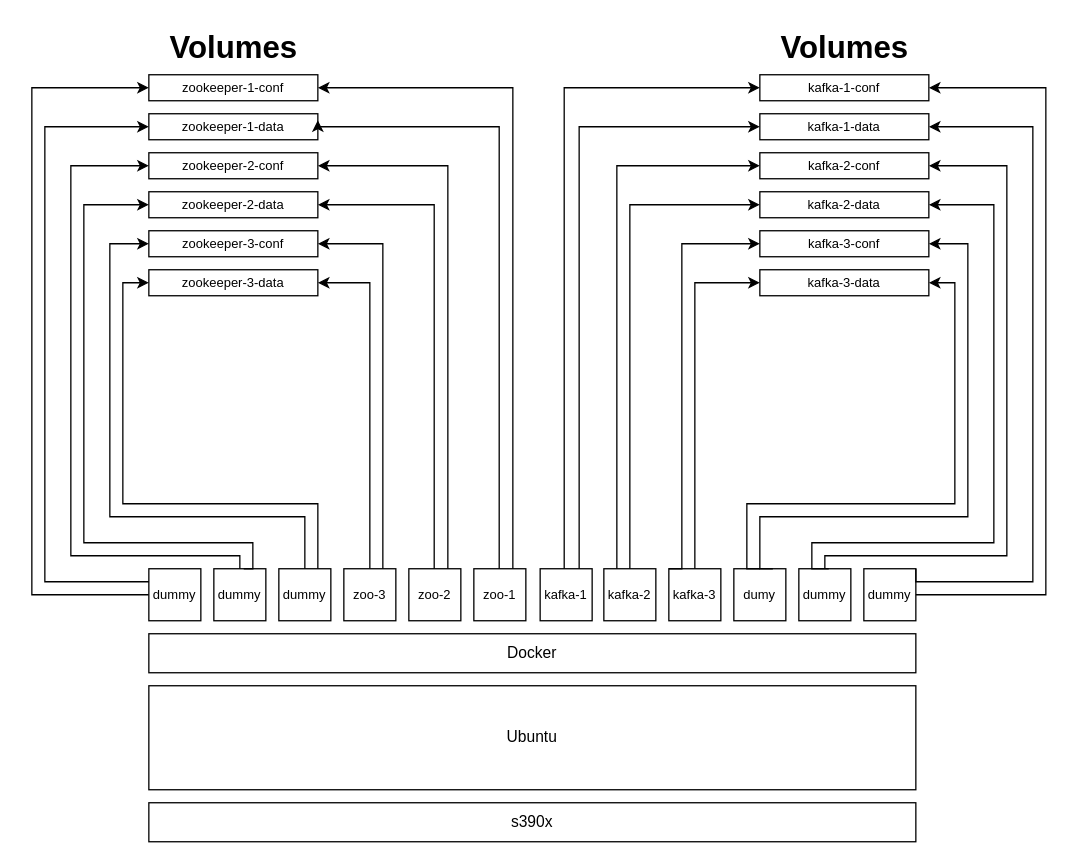
The draw.io diagram arch.drawio in yigitpolat/kafka-stack-linux-on-ibm-z, before the edit. Source tidied: cells renumbered, new cells numbered last; positions are measured from the earlier drawing's top-left corner, leaving out a move shared by most shapes. Both pictures are drawn from the tidied source at 130%, with x=0, y=0 at pixel (31, 22).
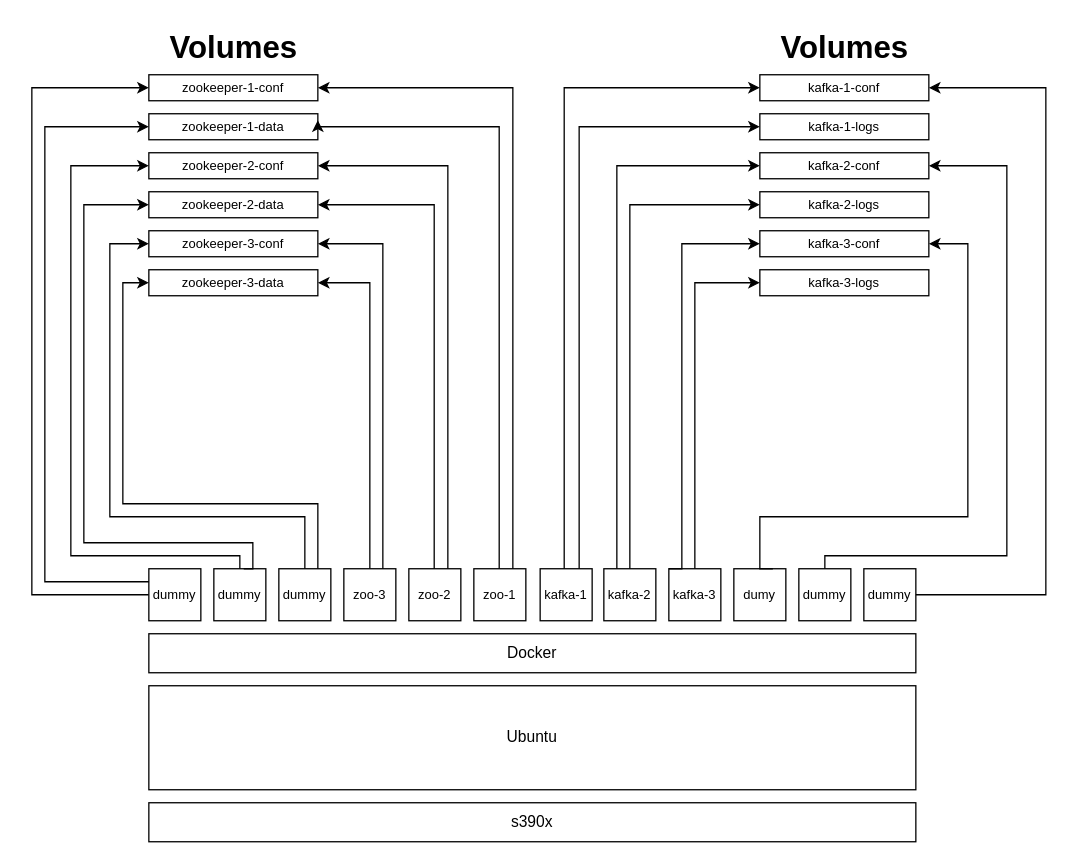
After the change.

The change refers to these unchanged cells:
```xml
<mxCell id="16" value="&lt;font style=&quot;font-size: 10px&quot;&gt;dumy&lt;/font&gt;" style="rounded=0;whiteSpace=wrap;html=1;labelBackgroundColor=none;" parent="1" vertex="1">
  <mxGeometry x="540" y="420" width="40" height="40" as="geometry" />
</mxCell>
```

Change to the diagram source:
```diff
@@
-    <mxCell id="37" value="&lt;span style=&quot;color: rgb(0, 0, 0); font-family: helvetica; font-size: 10px; font-style: normal; font-weight: normal; letter-spacing: normal; text-align: center; text-indent: 0px; text-transform: none; word-spacing: 0px; text-decoration: none; display: inline; float: none;&quot;&gt;kafka-1-data&lt;/span&gt;" style="rounded=0;whiteSpace=wrap;html=1;fontSize=10;labelBackgroundColor=none;" parent="1" vertex="1">
+    <mxCell id="37" value="&lt;span style=&quot;color: rgb(0 , 0 , 0) ; font-family: &amp;#34;helvetica&amp;#34; ; font-size: 10px ; font-style: normal ; font-weight: normal ; letter-spacing: normal ; text-align: center ; text-indent: 0px ; text-transform: none ; word-spacing: 0px ; text-decoration: none ; display: inline ; float: none&quot;&gt;kafka-1-logs&lt;/span&gt;" style="rounded=0;whiteSpace=wrap;html=1;fontSize=10;labelBackgroundColor=none;" parent="1" vertex="1">
       <mxGeometry x="560" y="70" width="130" height="20" as="geometry" />
     </mxCell>
@@
-    <mxCell id="39" value="&lt;span style=&quot;color: rgb(0, 0, 0); font-family: helvetica; font-size: 10px; font-style: normal; font-weight: normal; letter-spacing: normal; text-align: center; text-indent: 0px; text-transform: none; word-spacing: 0px; text-decoration: none; display: inline; float: none;&quot;&gt;kafka-2-data&lt;/span&gt;" style="rounded=0;whiteSpace=wrap;html=1;fontSize=10;labelBackgroundColor=none;" parent="1" vertex="1">
+    <mxCell id="39" value="&lt;span style=&quot;color: rgb(0 , 0 , 0) ; font-family: &amp;#34;helvetica&amp;#34; ; font-size: 10px ; font-style: normal ; font-weight: normal ; letter-spacing: normal ; text-align: center ; text-indent: 0px ; text-transform: none ; word-spacing: 0px ; text-decoration: none ; display: inline ; float: none&quot;&gt;kafka-2-logs&lt;/span&gt;" style="rounded=0;whiteSpace=wrap;html=1;fontSize=10;labelBackgroundColor=none;" parent="1" vertex="1">
       <mxGeometry x="560" y="130" width="130" height="20" as="geometry" />
     </mxCell>
@@
-    <mxCell id="41" value="&lt;span style=&quot;font-family: &amp;#34;helvetica&amp;#34;&quot;&gt;kafka-3-data&lt;/span&gt;" style="rounded=0;whiteSpace=wrap;html=1;fontSize=10;" parent="1" vertex="1">
+    <mxCell id="41" value="&lt;span style=&quot;font-family: &amp;#34;helvetica&amp;#34;&quot;&gt;kafka-3-logs&lt;/span&gt;" style="rounded=0;whiteSpace=wrap;html=1;fontSize=10;" parent="1" vertex="1">
       <mxGeometry x="560" y="190" width="130" height="20" as="geometry" />
     </mxCell>
@@
-    <mxCell id="44" style="edgeStyle=orthogonalEdgeStyle;rounded=0;orthogonalLoop=1;jettySize=auto;html=1;fontSize=10;" parent="1" edge="1">
-      <mxGeometry relative="1" as="geometry">
-        <mxPoint x="680" y="420" as="sourcePoint" />
-        <mxPoint x="690" y="80" as="targetPoint" />
-        <Array as="points">
-          <mxPoint x="680" y="430" />
-          <mxPoint x="770" y="430" />
-          <mxPoint x="770" y="80" />
-          <mxPoint x="690" y="80" />
-        </Array>
-      </mxGeometry>
-    </mxCell>
@@
-    <mxCell id="46" style="edgeStyle=orthogonalEdgeStyle;rounded=0;jettySize=auto;html=1;fontSize=10;entryX=1;entryY=0.5;entryDx=0;entryDy=0;" parent="1" edge="1" target="39">
-      <mxGeometry relative="1" as="geometry">
-        <mxPoint x="613" y="420" as="sourcePoint" />
-        <Array as="points">
-          <mxPoint x="600" y="420" />
-          <mxPoint x="600" y="400" />
-          <mxPoint x="740" y="400" />
-          <mxPoint x="740" y="140" />
-        </Array>
-      </mxGeometry>
-    </mxCell>
@@
-    <mxCell id="48" style="edgeStyle=orthogonalEdgeStyle;rounded=0;jettySize=auto;html=1;fontSize=10;entryX=1;entryY=0.5;entryDx=0;entryDy=0;exitX=0.5;exitY=0;exitDx=0;exitDy=0;" parent="1" edge="1" source="16" target="41">
-      <mxGeometry relative="1" as="geometry">
-        <Array as="points">
-          <mxPoint x="550" y="420" />
-          <mxPoint x="550" y="370" />
-          <mxPoint x="710" y="370" />
-          <mxPoint x="710" y="200" />
-        </Array>
-      </mxGeometry>
-    </mxCell>
```
